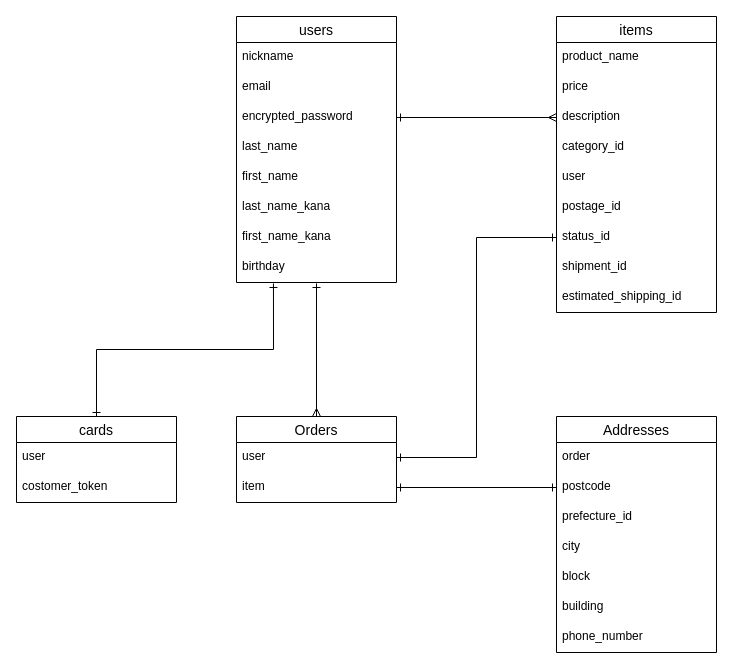
Earlier version of the draw.io diagram test.dio (nakadairay/furima-36395). Source tidied: cells renumbered, new cells numbered last; positions are measured from the earlier drawing's top-left corner, leaving out a move shared by most shapes. Both pictures are drawn from the tidied source at 100%, with x=0, y=0 at pixel (16, 16).
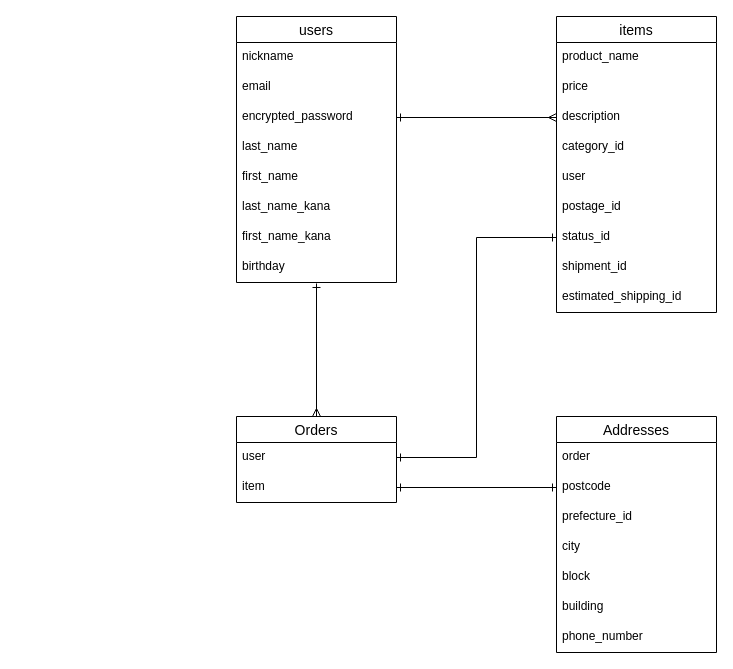
The same page after the edit.

Unchanged cells that the change refers to:
```xml
<mxCell id="24" value="birthday" style="text;strokeColor=none;fillColor=none;spacingLeft=4;spacingRight=4;overflow=hidden;points=[[0,0.5],[1,0.5]];portConstraint=eastwest;fontSize=12;" parent="16" vertex="1">
  <mxGeometry y="236" width="160" height="30" as="geometry" />
</mxCell>
```

Change to the diagram source:
```diff
@@
-    <mxCell id="36" style="edgeStyle=orthogonalEdgeStyle;rounded=0;jettySize=auto;html=1;exitX=0.5;exitY=0;exitDx=0;exitDy=0;entryX=0.231;entryY=1.033;entryDx=0;entryDy=0;entryPerimeter=0;endArrow=ERone;endFill=0;startArrow=ERone;startFill=0;" parent="1" edge="1" source="37" target="24">
-      <mxGeometry relative="1" as="geometry" />
-    </mxCell>
-    <mxCell id="37" value="cards" style="swimlane;fontStyle=0;horizontal=1;startSize=26;align=center;fontSize=14;" parent="1" vertex="1">
-      <mxGeometry y="400" width="160" height="86" as="geometry" />
-    </mxCell>
-    <mxCell id="38" value="user" style="text;strokeColor=none;fillColor=none;spacingLeft=4;spacingRight=4;overflow=hidden;fontSize=12;" parent="37" vertex="1">
-      <mxGeometry y="26" width="160" height="30" as="geometry" />
-    </mxCell>
-    <mxCell id="39" value="costomer_token" style="text;strokeColor=none;fillColor=none;spacingLeft=4;spacingRight=4;overflow=hidden;fontSize=12;" parent="37" vertex="1">
-      <mxGeometry y="56" width="160" height="30" as="geometry" />
-    </mxCell>
```
